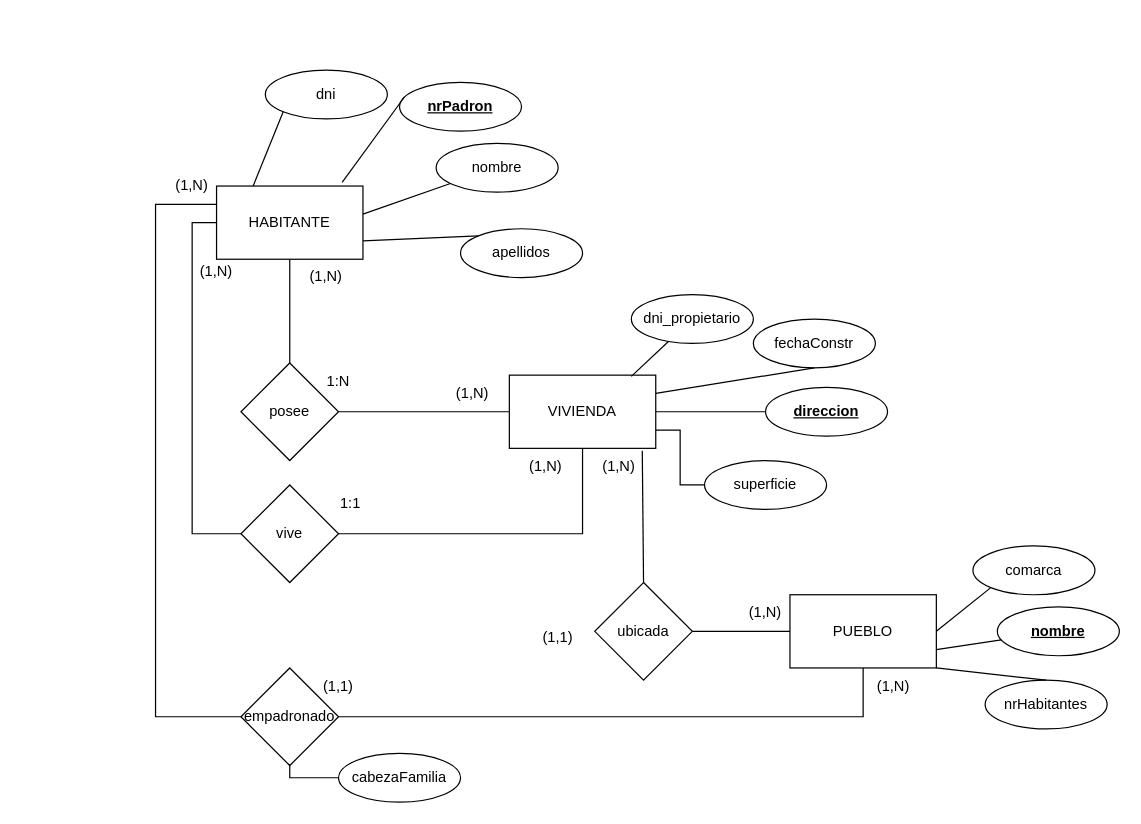
The draw.io diagram U7T2.drawio in memfu/BBDD, before the edit. Source tidied: cells renumbered, new cells numbered last; positions are measured from the earlier drawing's top-left corner, leaving out a move shared by most shapes. Both pictures are drawn from the tidied source at 122%, with x=0, y=0 at pixel (155, 70).
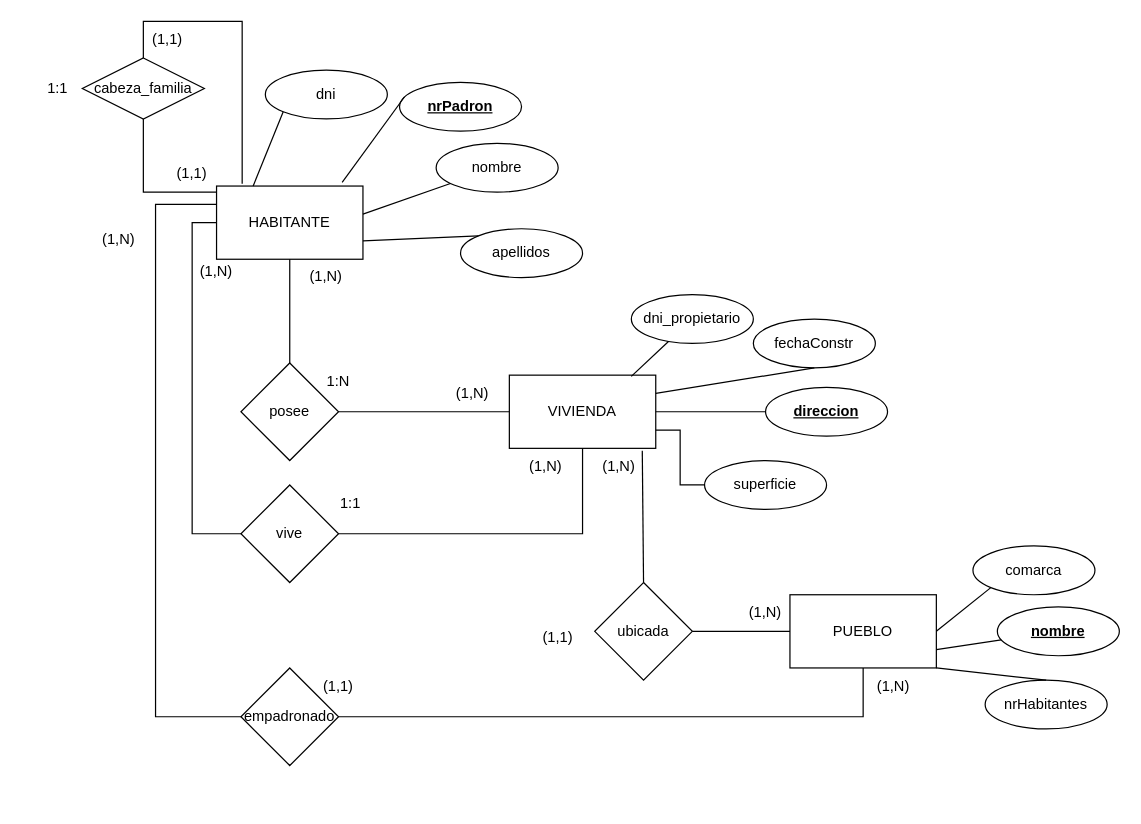
After the change.

Unchanged cells that the change refers to:
```xml
<mxCell id="2" value="HABITANTE" style="rounded=0;whiteSpace=wrap;html=1;" parent="1" vertex="1">
  <mxGeometry x="50" y="95" width="120" height="60" as="geometry" />
</mxCell>
<mxCell id="45" value="empadronado" style="rhombus;whiteSpace=wrap;html=1;" parent="1" vertex="1">
  <mxGeometry x="70" y="490" width="80" height="80" as="geometry" />
</mxCell>
```

Diff of the diagram source:
```diff
@@
     <mxCell id="48" value="(1,N)" style="text;html=1;strokeColor=none;fillColor=none;align=center;verticalAlign=middle;whiteSpace=wrap;rounded=0;" parent="1" vertex="1">
-      <mxGeometry y="80" width="60" height="30" as="geometry" />
+      <mxGeometry x="-60" y="124" width="60" height="30" as="geometry" />
     </mxCell>
@@
-    <mxCell id="51" value="cabezaFamilia" style="ellipse;whiteSpace=wrap;html=1;" parent="1" vertex="1">
-      <mxGeometry x="150" y="560" width="100" height="40" as="geometry" />
-    </mxCell>
-    <mxCell id="52" style="endArrow=none;html=1;rounded=0;entryX=0.5;entryY=1;entryDx=0;entryDy=0;exitX=0;exitY=0.5;exitDx=0;exitDy=0;" parent="1" edge="1" source="51" target="45">
-      <mxGeometry relative="1" as="geometry">
-        <Array as="points">
-          <mxPoint x="110" y="580" />
-        </Array>
-      </mxGeometry>
-    </mxCell>
+    <mxCell id="53" style="edgeStyle=orthogonalEdgeStyle;rounded=0;jettySize=auto;html=1;entryX=0.175;entryY=-0.033;entryDx=0;entryDy=0;entryPerimeter=0;exitX=0.5;exitY=0;exitDx=0;exitDy=0;endArrow=none;endFill=0;" parent="1" edge="1" source="54" target="2">
+      <mxGeometry relative="1" as="geometry">
+        <Array as="points">
+          <mxPoint x="-10" y="-40" />
+          <mxPoint x="71" y="-40" />
+        </Array>
+      </mxGeometry>
+    </mxCell>
+    <mxCell id="54" value="cabeza_familia" style="rhombus;whiteSpace=wrap;html=1;" parent="1" vertex="1">
+      <mxGeometry x="-60" y="-10" width="100" height="50" as="geometry" />
+    </mxCell>
+    <mxCell id="55" style="endArrow=none;html=1;strokeWidth=1;rounded=0;entryX=0.5;entryY=1;entryDx=0;entryDy=0;endSize=4;startSize=4;" parent="1" edge="1" target="54">
+      <mxGeometry relative="1" as="geometry">
+        <mxPoint x="50" y="100" as="sourcePoint" />
+        <Array as="points">
+          <mxPoint x="-10" y="100" />
+        </Array>
+      </mxGeometry>
+    </mxCell>
+    <mxCell id="56" value="1:1" style="text;html=1;strokeColor=none;fillColor=none;align=center;verticalAlign=middle;whiteSpace=wrap;rounded=0;" parent="1" vertex="1">
+      <mxGeometry x="-110" width="60" height="30" as="geometry" />
+    </mxCell>
+    <mxCell id="57" value="(1,1)" style="text;html=1;strokeColor=none;fillColor=none;align=center;verticalAlign=middle;whiteSpace=wrap;rounded=0;" parent="1" vertex="1">
+      <mxGeometry y="70" width="60" height="30" as="geometry" />
+    </mxCell>
+    <mxCell id="58" value="(1,1)" style="text;html=1;strokeColor=none;fillColor=none;align=center;verticalAlign=middle;whiteSpace=wrap;rounded=0;" parent="1" vertex="1">
+      <mxGeometry x="-20" y="-40" width="60" height="30" as="geometry" />
+    </mxCell>
```
